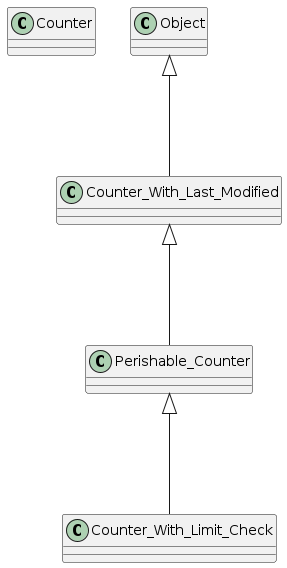
Earlier version of the PlantUML export readme-assets/class-diagram.png (grenle/js-counters).
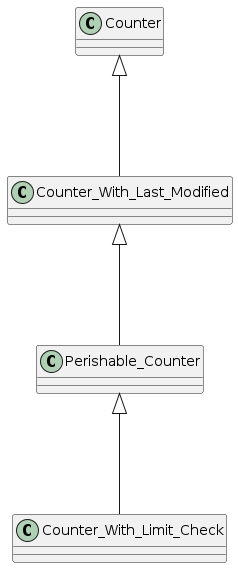
Later version of the same file.

Commit message:
Clean diagram

Change to the diagram source:
```diff
@@ -1,6 +1,6 @@
 @startuml
 class Counter
-Object <|--- Counter_With_Last_Modified
+Counter <|--- Counter_With_Last_Modified
 Counter_With_Last_Modified <|--- Perishable_Counter
 Perishable_Counter <|--- Counter_With_Limit_Check
 @enduml
```
